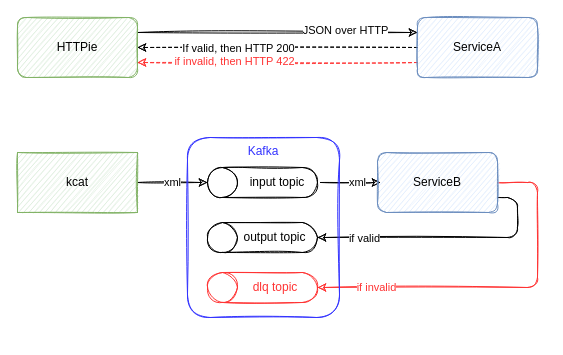
Above: page "light" (1 of 2) of pics/SchemaRegistryDemo.drawio in stn1slv/meetup-schema-registry (draw.io), before the change. Source tidied: cells renumbered, new cells numbered last; positions are measured from the earlier drawing's top-left corner, leaving out a move shared by most shapes. Both pictures are drawn from the tidied source at 100%, with x=0, y=0 at pixel (17, 17).
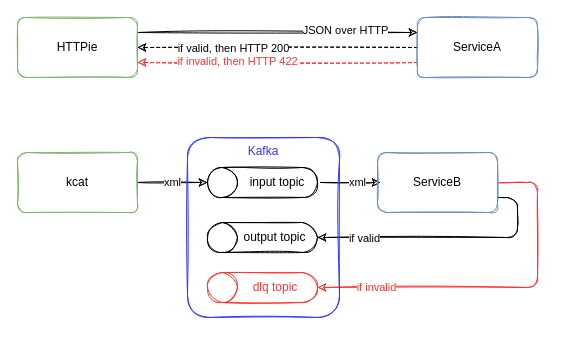
The same page after the edit.

The change refers to these unchanged cells:
```xml
<mxCell id="5" style="edgeStyle=orthogonalEdgeStyle;rounded=0;sketch=1;jettySize=auto;html=1;entryX=1;entryY=0.5;entryDx=0;entryDy=0;fontColor=#FF3333;startArrow=none;startFill=0;endArrow=classic;endFill=1;dashed=1;" parent="1" edge="1" source="9" target="4">
  <mxGeometry relative="1" as="geometry" />
</mxCell>
<mxCell id="7" style="edgeStyle=orthogonalEdgeStyle;rounded=0;sketch=1;jettySize=auto;html=1;entryX=1;entryY=0.75;entryDx=0;entryDy=0;dashed=1;fontColor=#FF3333;startArrow=none;startFill=0;endArrow=classic;endFill=1;exitX=0;exitY=0.75;exitDx=0;exitDy=0;strokeColor=#FF3333;" parent="1" edge="1" source="9" target="4">
  <mxGeometry relative="1" as="geometry" />
</mxCell>
```

The edit, as a diff of the source:
```diff
@@
-    <mxCell id="4" value="HTTPie" style="rounded=1;whiteSpace=wrap;html=1;sketch=1;fillColor=#d5e8d4;strokeColor=#82b366;" parent="1" vertex="1">
+    <mxCell id="4" value="HTTPie" style="rounded=1;whiteSpace=wrap;html=1;sketch=1;fillColor=none;strokeColor=#82b366;" parent="1" vertex="1">
       <mxGeometry width="120" height="60" as="geometry" />
     </mxCell>
@@
-    <mxCell id="6" value="If valid, then HTTP 200" style="edgeLabel;html=1;align=center;verticalAlign=middle;fontColor=#000000;" parent="5" vertex="1">
+    <mxCell id="6" value="if valid, then HTTP 200" style="edgeLabel;html=1;align=center;verticalAlign=middle;fontColor=#000000;" parent="5" vertex="1">
       <mxGeometry x="-0.4" y="2" relative="1" as="geometry">
-        <mxPoint x="-96" y="-2" as="offset" />
+        <mxPoint x="-101" y="-2" as="offset" />
       </mxGeometry>
     </mxCell>
@@
     <mxCell id="8" value="if invalid, then HTTP 422" style="edgeLabel;html=1;align=center;verticalAlign=middle;fontColor=#FF3333;" parent="7" vertex="1">
       <mxGeometry x="-0.08" y="6" relative="1" as="geometry">
-        <mxPoint x="-55" y="-8" as="offset" />
+        <mxPoint x="-52" y="-8" as="offset" />
       </mxGeometry>
     </mxCell>
-    <mxCell id="9" value="ServiceA" style="rounded=1;whiteSpace=wrap;html=1;sketch=1;fillColor=#dae8fc;strokeColor=#6c8ebf;" parent="1" vertex="1">
+    <mxCell id="9" value="ServiceA" style="rounded=1;whiteSpace=wrap;html=1;sketch=1;fillColor=none;strokeColor=#6c8ebf;" parent="1" vertex="1">
       <mxGeometry x="400" width="120" height="60" as="geometry" />
     </mxCell>
@@
-    <mxCell id="11" value="kcat" style="rounded=0;whiteSpace=wrap;html=1;sketch=1;fillColor=#d5e8d4;strokeColor=#82b366;" parent="1" vertex="1">
+    <mxCell id="11" value="kcat" style="rounded=1;whiteSpace=wrap;html=1;sketch=1;fillColor=none;strokeColor=#82b366;" parent="1" vertex="1">
       <mxGeometry y="135" width="120" height="60" as="geometry" />
     </mxCell>
@@
-    <mxCell id="21" value="ServiceB" style="rounded=1;whiteSpace=wrap;html=1;sketch=1;fillColor=#dae8fc;strokeColor=#6c8ebf;" parent="1" vertex="1">
+    <mxCell id="21" value="ServiceB" style="rounded=1;whiteSpace=wrap;html=1;sketch=1;fillColor=none;strokeColor=#6c8ebf;" parent="1" vertex="1">
       <mxGeometry x="360" y="135" width="120" height="60" as="geometry" />
     </mxCell>
```
